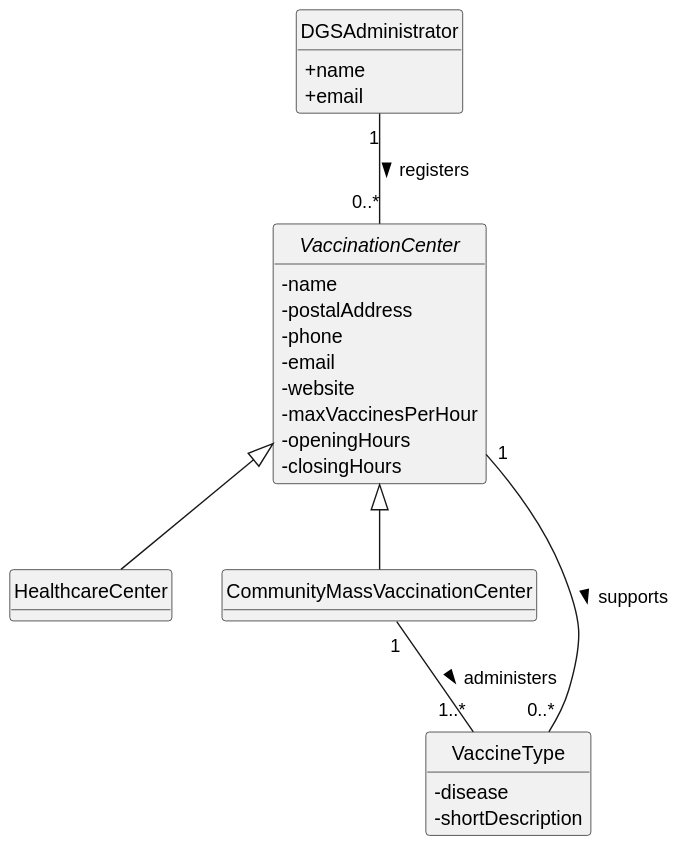
Before: docs/system-documentation/US13/svg/US13-DM.svg, a diagram exported from PlantUML (luluisfcm/leti-esoft-25-26-B5).
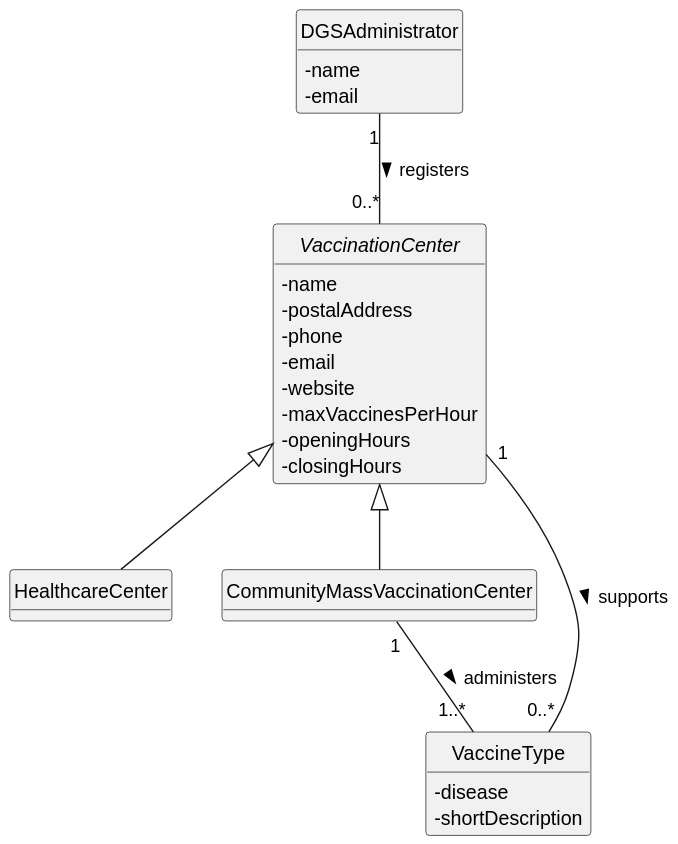
Later version of the same file.

Change to the diagram source:
```diff
@@ -4,8 +4,8 @@
 hide methods
 
 class DGSAdministrator {
-    + name
-    + email
+    - name
+    - email
 }
 
 abstract class VaccinationCenter {
```
